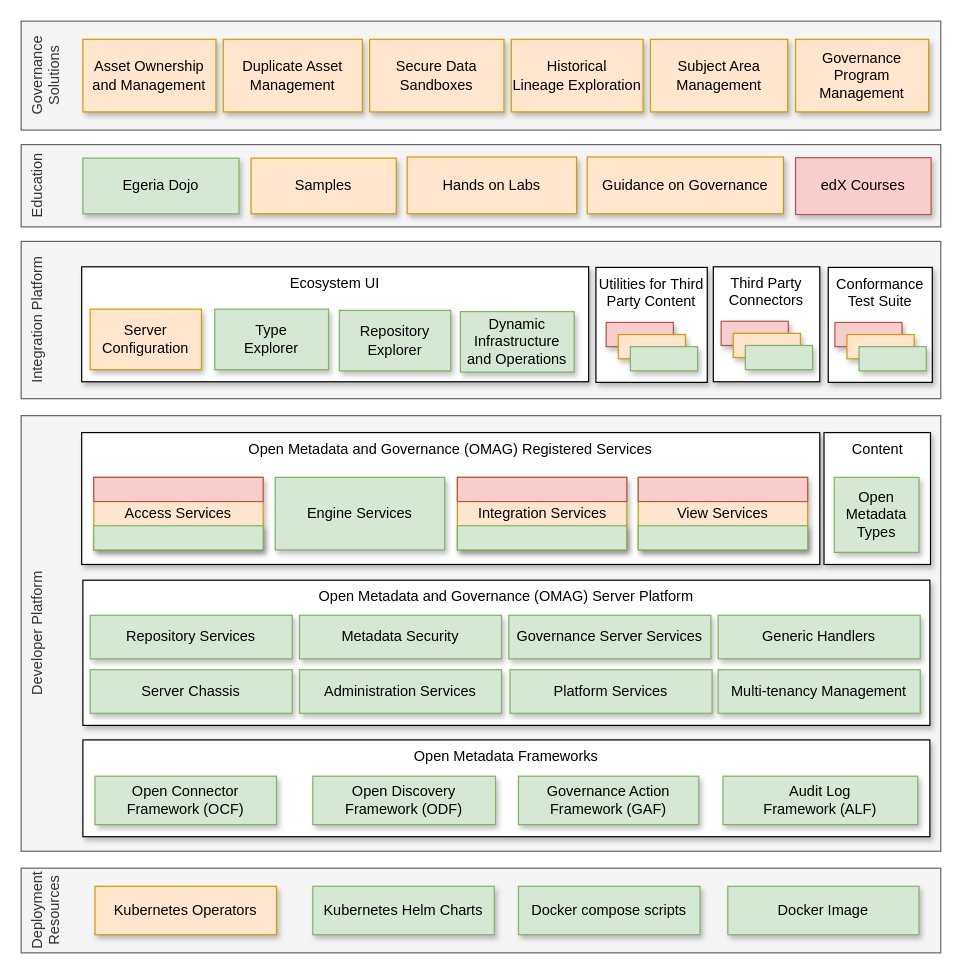
odpi/egeria-docs keeps this draw.io diagram as page "release-2.9" (23 of 24) of site/docs/release-notes/egeria-status.drawio. Above is the earlier version. Source tidied: cells renumbered, new cells numbered last; positions are measured from the earlier drawing's top-left corner, leaving out a move shared by most shapes. Both pictures are drawn from the tidied source at 121%, with x=0, y=0 at pixel (21, 21).
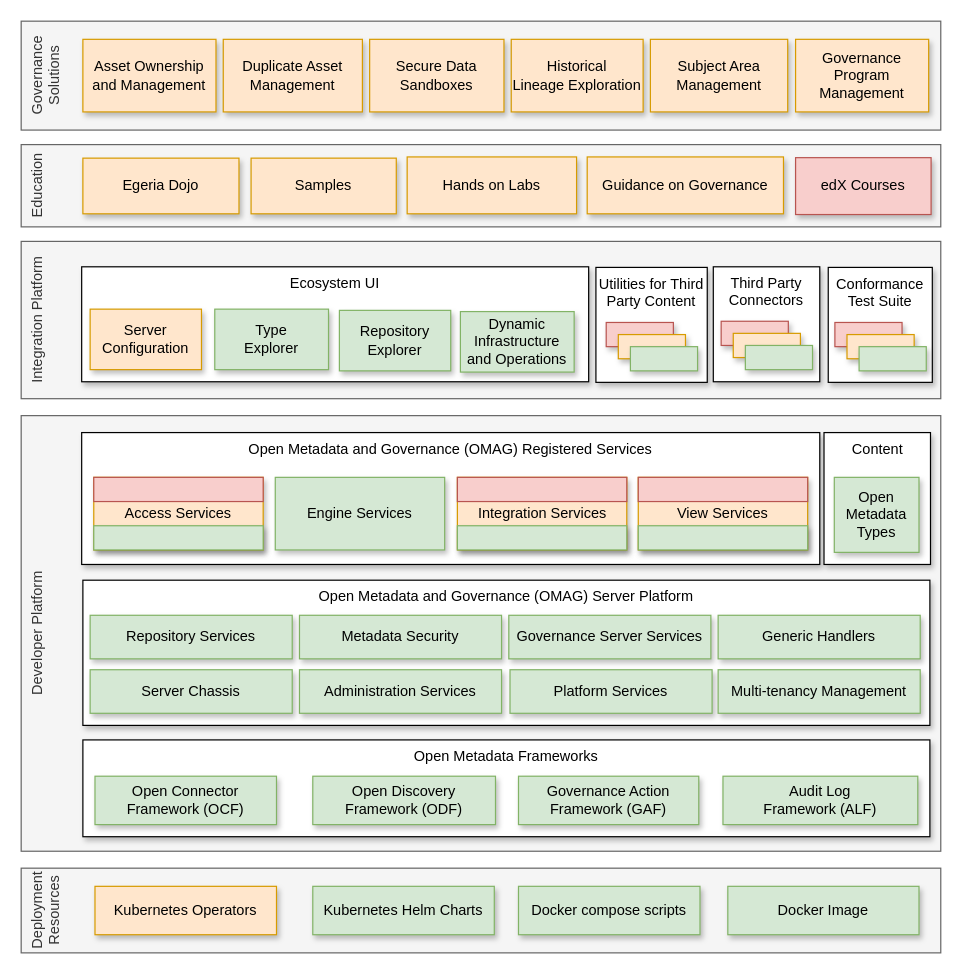
After the change.

The edit, as a diff of the source:
```diff
@@
-    <mxCell id="38" value="Egeria Dojo" style="rounded=0;whiteSpace=wrap;html=1;align=center;flipH=0;shadow=1;fillColor=#d5e8d4;strokeColor=#82b366;" parent="1" vertex="1">
+    <mxCell id="38" value="Egeria Dojo" style="rounded=0;whiteSpace=wrap;html=1;align=center;flipH=0;shadow=1;fillColor=#ffe6cc;strokeColor=#d79b00;" parent="1" vertex="1">
       <mxGeometry x="51" y="113.2" width="129" height="46" as="geometry" />
     </mxCell>
```
